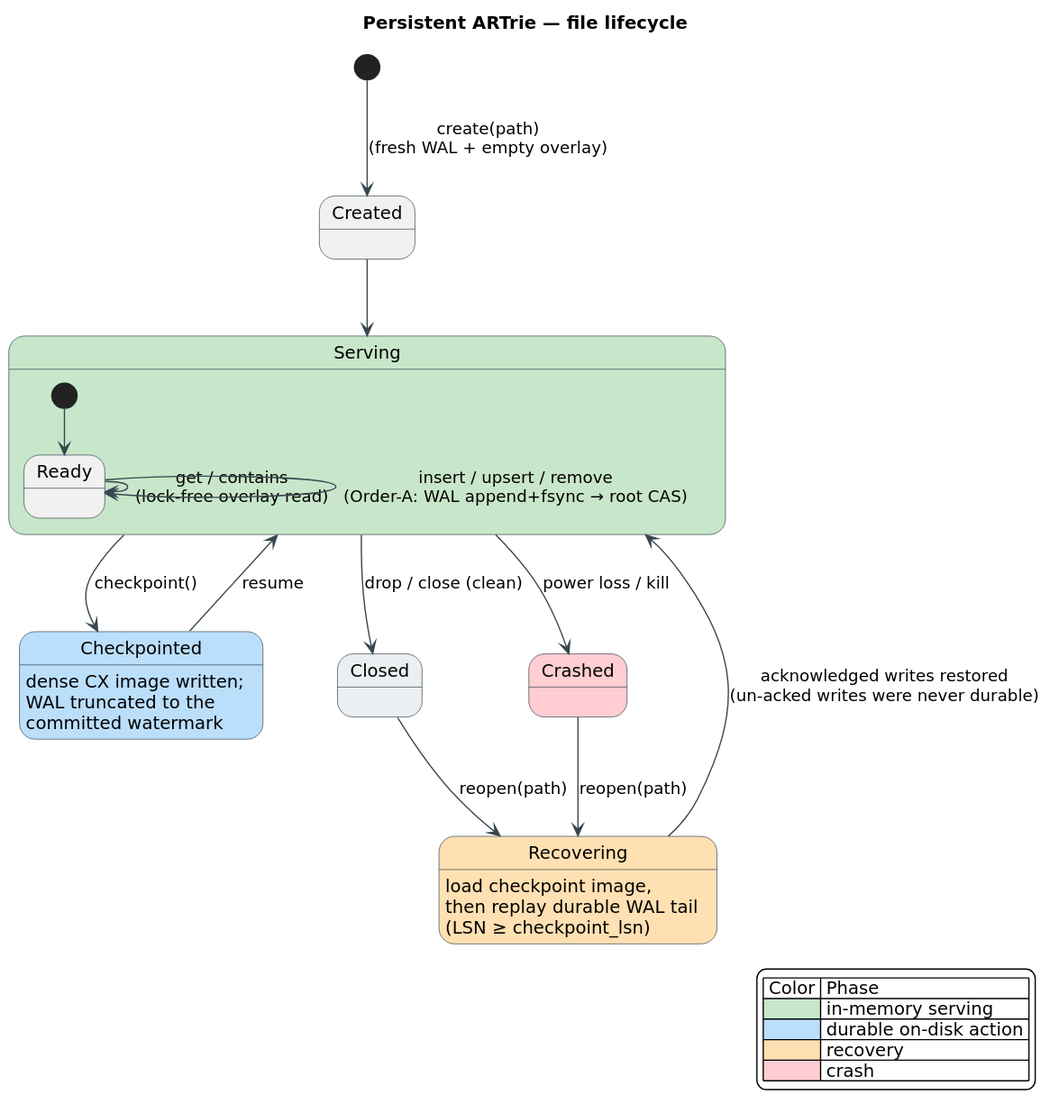
Before: docs/diagrams/persistent-lifecycle.svg, a diagram exported from PlantUML (vinary-tree/libdictenstein). Its source is kept beside it as docs/diagrams/src/persistent-lifecycle.puml. Source of this version:
```plantuml
@startuml persistent-lifecycle
skinparam backgroundColor #FFFFFF
skinparam defaultFontName "DejaVu Sans"
skinparam shadowing false
skinparam ArrowColor #37474F
skinparam state {
  BorderColor #37474F
  FontName "DejaVu Sans"
}

title Persistent ARTrie — file lifecycle

[*] --> Created : create(path)\n(fresh WAL + empty overlay)

Created --> Serving
state Serving #C8E6C9 {
  [*] --> Ready
  Ready --> Ready : get / contains\n(lock-free overlay read)
  Ready --> Ready : insert / upsert / remove\n(Order-A: WAL append+fsync → root CAS)
}

Serving --> Checkpointed : checkpoint()
state Checkpointed #BBDEFB : dense CX image written;\nWAL truncated to the\ncommitted watermark
Checkpointed --> Serving : resume

Serving --> Closed : drop / close (clean)
state Closed #ECEFF1
Serving --> Crashed : power loss / kill
state Crashed #FFCDD2

Closed --> Recovering : reopen(path)
Crashed --> Recovering : reopen(path)
state Recovering #FFE0B2 : load checkpoint image,\nthen replay durable WAL tail\n(LSN ≥ checkpoint_lsn)
Recovering --> Serving : acknowledged writes restored\n(un-acked writes were never durable)

legend right
| Color | Phase |
|<#C8E6C9>| in-memory serving |
|<#BBDEFB>| durable on-disk action |
|<#FFE0B2>| recovery |
|<#FFCDD2>| crash |
endlegend
@enduml
```
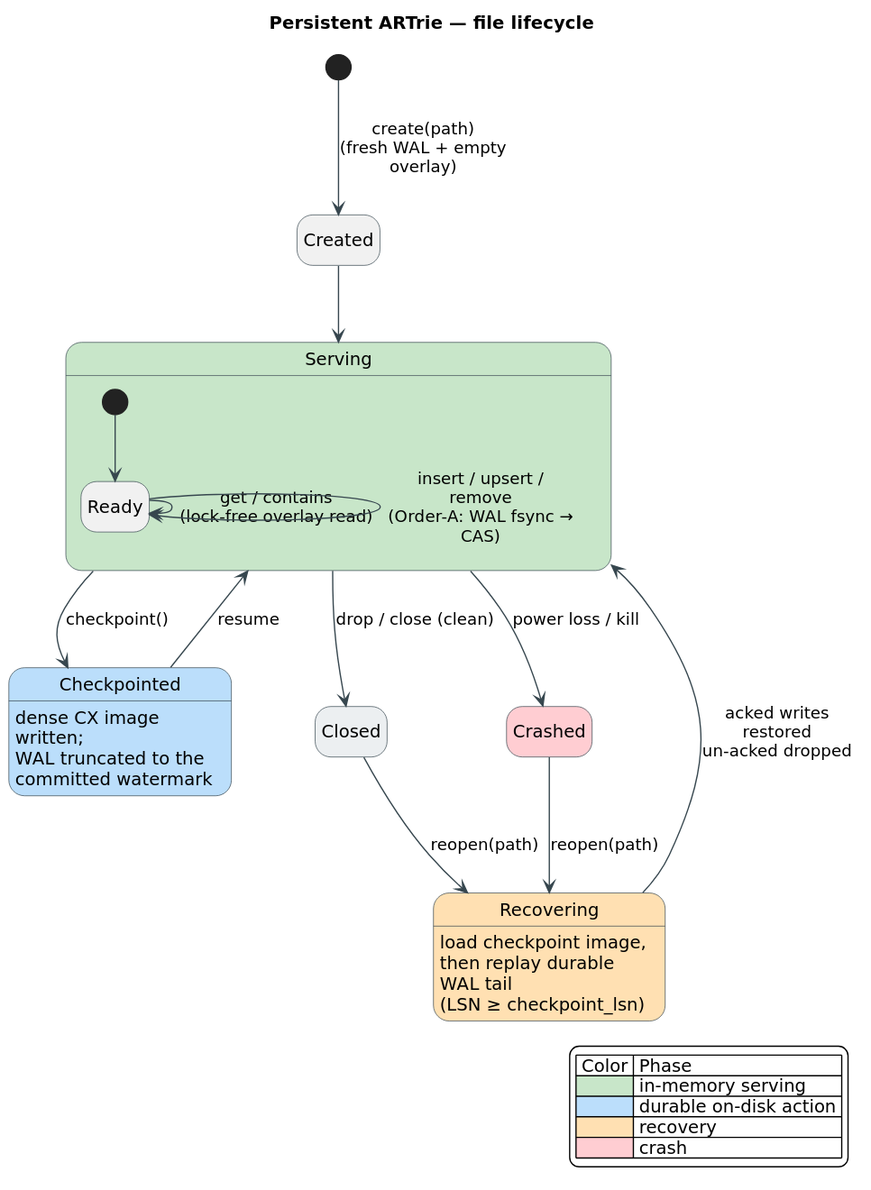
After the change.

Change to the diagram source:
```diff
@@ -1,6 +1,8 @@
 @startuml persistent-lifecycle
 skinparam backgroundColor #FFFFFF
 skinparam defaultFontName "DejaVu Sans"
+skinparam wrapWidth 170
+hide empty description
 skinparam shadowing false
 skinparam ArrowColor #37474F
 skinparam state {
@@ -16,7 +18,7 @@
 state Serving #C8E6C9 {
   [*] --> Ready
   Ready --> Ready : get / contains\n(lock-free overlay read)
-  Ready --> Ready : insert / upsert / remove\n(Order-A: WAL append+fsync → root CAS)
+  Ready --> Ready : insert / upsert /\nremove\n(Order-A: WAL fsync → CAS)
 }
 
 Serving --> Checkpointed : checkpoint()
@@ -31,7 +33,7 @@
 Closed --> Recovering : reopen(path)
 Crashed --> Recovering : reopen(path)
 state Recovering #FFE0B2 : load checkpoint image,\nthen replay durable WAL tail\n(LSN ≥ checkpoint_lsn)
-Recovering --> Serving : acknowledged writes restored\n(un-acked writes were never durable)
+Recovering --> Serving : acked writes\nrestored\nun-acked dropped
 
 legend right
 | Color | Phase |
```
